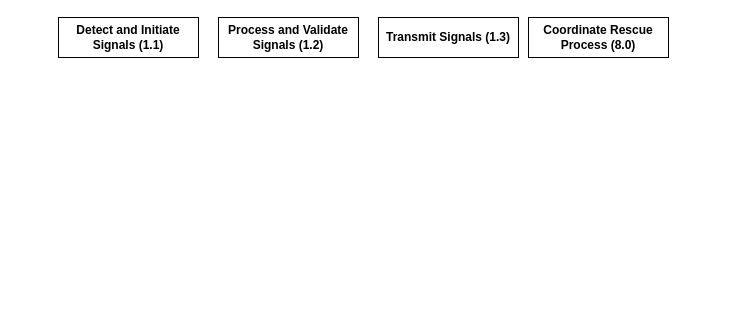
Before: DrawIo/TheKeyCausalPath.drawio in OMEN-Watson/CodeExercises, a draw.io diagram. Source tidied: cells renumbered, new cells numbered last; positions are measured from the earlier drawing's top-left corner, leaving out a move shared by most shapes. Both pictures are drawn from the tidied source at 100%, with x=0, y=0 at pixel (58, 17).
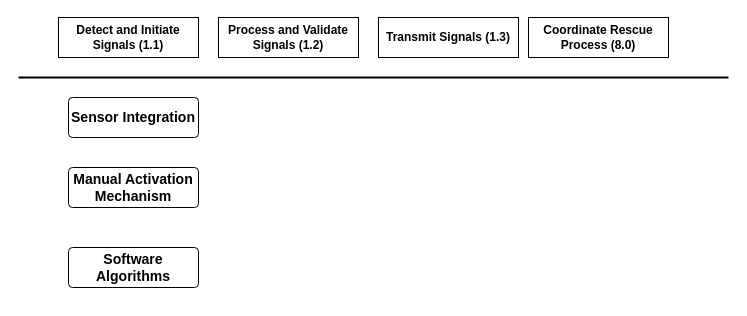
After the change.

The edit, as a diff of the source:
```diff
@@
 <mxGraphModel>
   <root>
     <mxCell id="0" />
     <mxCell id="1" parent="0" />
     <mxCell id="2" value="&lt;strong&gt;Detect and Initiate Signals (1.1)&lt;/strong&gt;" style="whiteSpace=wrap;html=1;align=center;" parent="1" vertex="1">
       <mxGeometry width="140" height="40" as="geometry" />
     </mxCell>
     <mxCell id="3" value="&lt;strong&gt;Process and Validate Signals (1.2)&lt;/strong&gt;" style="whiteSpace=wrap;html=1;align=center;" parent="1" vertex="1">
       <mxGeometry x="160" width="140" height="40" as="geometry" />
     </mxCell>
     <mxCell id="4" value="&lt;strong&gt;Transmit Signals (1.3)&lt;/strong&gt;" style="whiteSpace=wrap;html=1;align=center;" parent="1" vertex="1">
       <mxGeometry x="320" width="140" height="40" as="geometry" />
     </mxCell>
     <mxCell id="5" value="&lt;strong&gt;Coordinate Rescue Process (8.0)&lt;/strong&gt;" style="whiteSpace=wrap;html=1;align=center;" parent="1" vertex="1">
       <mxGeometry x="470" width="140" height="40" as="geometry" />
     </mxCell>
+    <mxCell id="6" style="endArrow=none;html=1;rounded=0;strokeWidth=2;" parent="1" edge="1">
+      <mxGeometry relative="1" as="geometry">
+        <mxPoint x="-40" y="60" as="sourcePoint" />
+        <mxPoint x="670" y="60" as="targetPoint" />
+      </mxGeometry>
+    </mxCell>
+    <mxCell id="7" value="&lt;h3&gt;Sensor Integration&lt;/h3&gt;" style="rounded=1;arcSize=10;whiteSpace=wrap;html=1;align=center;" parent="1" vertex="1">
+      <mxGeometry x="10" y="80" width="130" height="40" as="geometry" />
+    </mxCell>
+    <mxCell id="8" value="&lt;h3&gt;Manual Activation Mechanism&lt;/h3&gt;" style="rounded=1;arcSize=10;whiteSpace=wrap;html=1;align=center;" parent="1" vertex="1">
+      <mxGeometry x="10" y="150" width="130" height="40" as="geometry" />
+    </mxCell>
+    <mxCell id="9" value="&lt;h3&gt;Software Algorithms&lt;/h3&gt;" style="rounded=1;arcSize=10;whiteSpace=wrap;html=1;align=center;" parent="1" vertex="1">
+      <mxGeometry x="10" y="230" width="130" height="40" as="geometry" />
+    </mxCell>
   </root>
 </mxGraphModel>
```
